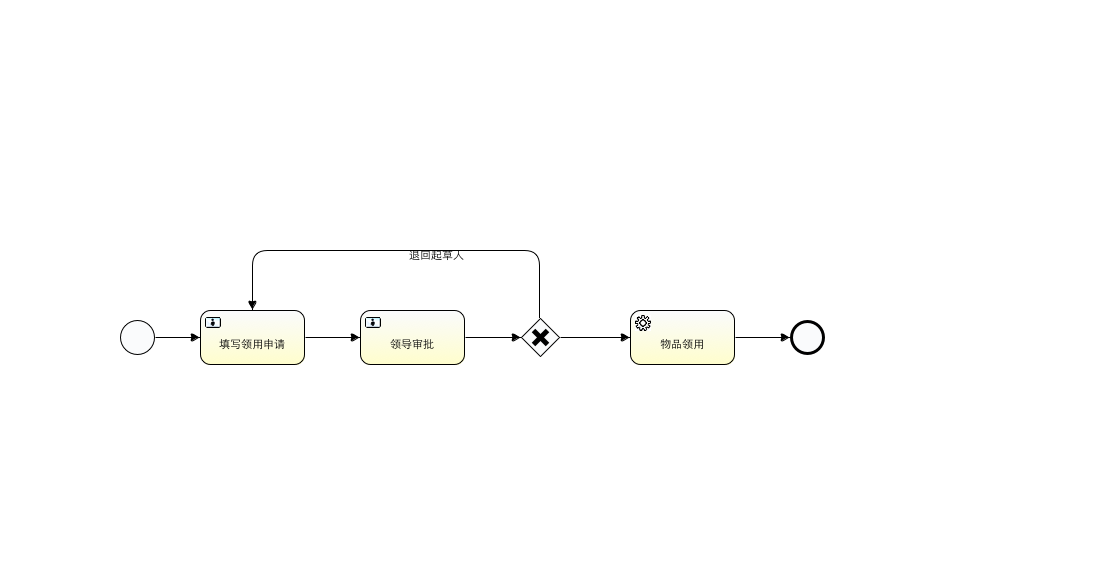
Above: src/main/resources/engine/deployments/bgxhply/bgxhply.png in rockyxiang/CancoEngine (BPMN), before the change. Its source is kept beside it as src/main/resources/engine/deployments/bgxhply/bgxhply.bpmn. Ids are renumbered.
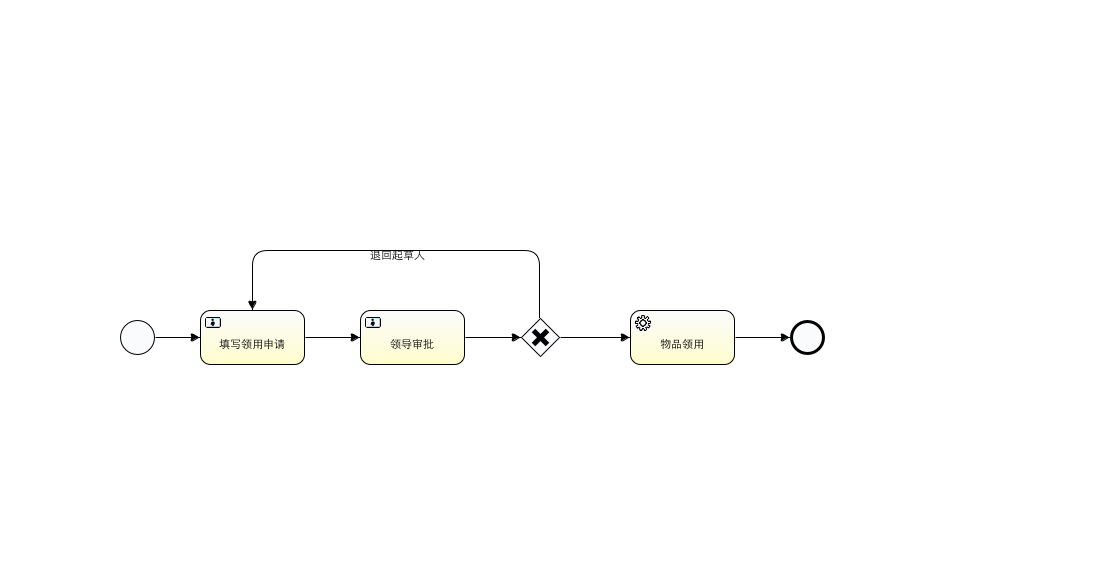
Later version of the same file.

Diff of the diagram source:
```diff
@@ -3,7 +3,7 @@
     <startEvent id="start" name="开始" activiti:initiator="owner"></startEvent>
     <userTask id="lysq" name="填写领用申请" activiti:assignee="#{owner}"></userTask>
     <sequenceFlow id="flow1" sourceRef="start" targetRef="lysq"></sequenceFlow>
-    <userTask id="usertask2" name="领导审批"></userTask>
+    <userTask id="usertask2" name="领导审批" activiti:assignee="#{owner}"></userTask>
     <sequenceFlow id="flow2" sourceRef="lysq" targetRef="usertask2"></sequenceFlow>
     <exclusiveGateway id="exclusivegateway1" name="Exclusive Gateway"></exclusiveGateway>
     <sequenceFlow id="flow3" sourceRef="usertask2" targetRef="exclusivegateway1"></sequenceFlow>
@@ -59,7 +59,7 @@
         <omgdi:waypoint x="252.0" y="250.0"></omgdi:waypoint>
         <omgdi:waypoint x="252.0" y="310.0"></omgdi:waypoint>
         <bpmndi:BPMNLabel>
-          <omgdc:Bounds height="11.0" width="55.0" x="10.0" y="0.0"></omgdc:Bounds>
+          <omgdc:Bounds height="11.0" width="55.0" x="-29.0" y="0.0"></omgdc:Bounds>
         </bpmndi:BPMNLabel>
       </bpmndi:BPMNEdge>
     </bpmndi:BPMNPlane>
```
